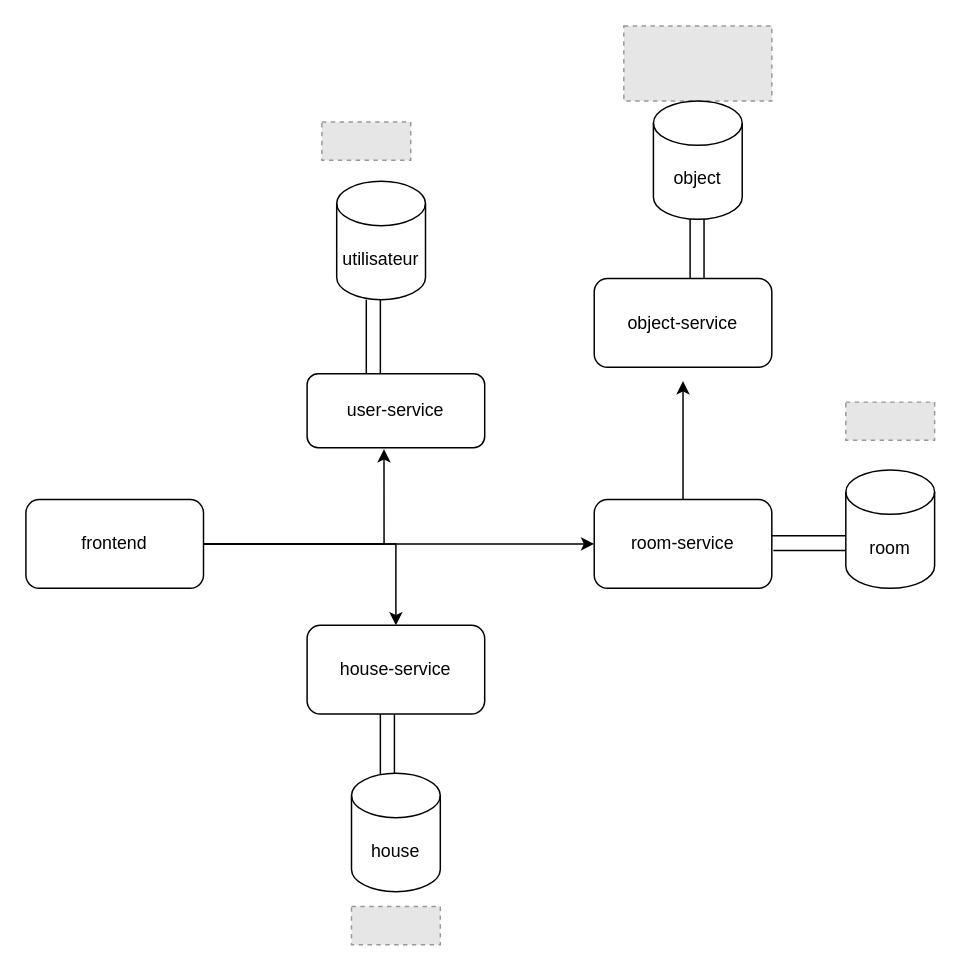
Jules-Prince/meubleHub keeps this draw.io diagram as architectureDiagrame.drawio. Above is the earlier version. Source tidied: cells renumbered, new cells numbered last; positions are measured from the earlier drawing's top-left corner, leaving out a move shared by most shapes. Both pictures are drawn from the tidied source at 148%, with x=0, y=0 at pixel (25, 25). Pictures stored in the file or linked from it are replaced by grey dashed boxes.
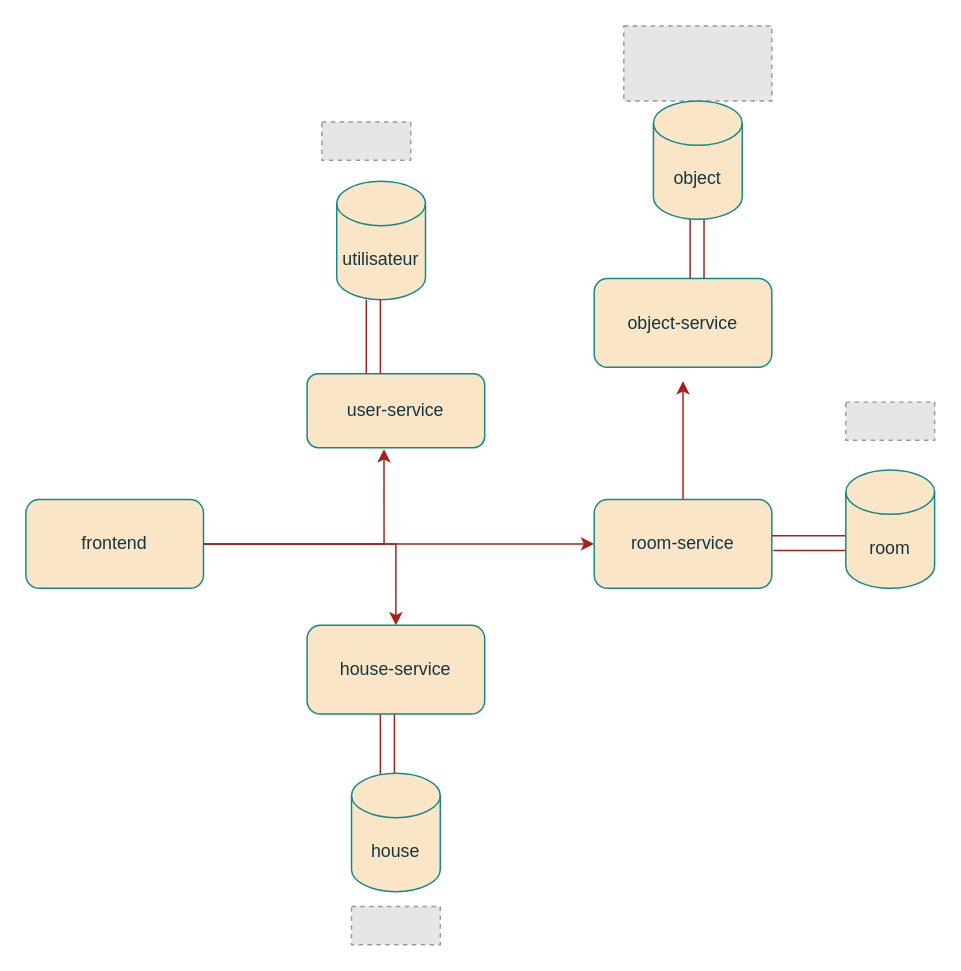
The same diagram, later.

What changed in the source:
```diff
@@
-    <mxCell id="2" style="edgeStyle=orthogonalEdgeStyle;rounded=0;jettySize=auto;html=1;exitX=1;exitY=0.5;exitDx=0;exitDy=0;entryX=0;entryY=0.5;entryDx=0;entryDy=0;" parent="1" edge="1" source="4" target="25">
+    <mxCell id="2" style="edgeStyle=orthogonalEdgeStyle;rounded=0;jettySize=auto;html=1;exitX=1;exitY=0.5;exitDx=0;exitDy=0;entryX=0;entryY=0.5;entryDx=0;entryDy=0;labelBackgroundColor=none;strokeColor=#A8201A;fontColor=default;" parent="1" edge="1" source="4" target="25">
       <mxGeometry relative="1" as="geometry" />
     </mxCell>
-    <mxCell id="3" style="edgeStyle=orthogonalEdgeStyle;rounded=0;jettySize=auto;html=1;exitX=1;exitY=0.5;exitDx=0;exitDy=0;" parent="1" edge="1" source="4" target="6">
+    <mxCell id="3" style="edgeStyle=orthogonalEdgeStyle;rounded=0;jettySize=auto;html=1;exitX=1;exitY=0.5;exitDx=0;exitDy=0;labelBackgroundColor=none;strokeColor=#A8201A;fontColor=default;" parent="1" edge="1" source="4" target="6">
       <mxGeometry relative="1" as="geometry" />
     </mxCell>
-    <mxCell id="4" value="frontend" style="rounded=1;whiteSpace=wrap;html=1;" parent="1" vertex="1">
+    <mxCell id="4" value="frontend" style="rounded=1;whiteSpace=wrap;html=1;labelBackgroundColor=none;fillColor=#FAE5C7;strokeColor=#0F8B8D;fontColor=#143642;" parent="1" vertex="1">
       <mxGeometry y="320" width="120" height="60" as="geometry" />
     </mxCell>
-    <mxCell id="5" style="group;" parent="1" vertex="1">
+    <mxCell id="5" style="group;labelBackgroundColor=none;fontColor=#143642;" parent="1" vertex="1">
       <mxGeometry x="190" y="405" width="120" height="215.8" as="geometry" />
     </mxCell>
-    <mxCell id="6" value="house-service" style="rounded=1;whiteSpace=wrap;html=1;" parent="5" vertex="1">
+    <mxCell id="6" value="house-service" style="rounded=1;whiteSpace=wrap;html=1;labelBackgroundColor=none;fillColor=#FAE5C7;strokeColor=#0F8B8D;fontColor=#143642;" parent="5" vertex="1">
       <mxGeometry width="120" height="60" as="geometry" />
     </mxCell>
-    <mxCell id="7" style="endArrow=none;html=1;rounded=0;" parent="5" edge="1">
+    <mxCell id="7" style="endArrow=none;html=1;rounded=0;labelBackgroundColor=none;strokeColor=#A8201A;fontColor=default;" parent="5" edge="1">
       <mxGeometry relative="1" as="geometry">
         <mxPoint x="49.5" y="110" as="sourcePoint" />
         <mxPoint x="49.5" y="60" as="targetPoint" />
       </mxGeometry>
     </mxCell>
-    <mxCell id="8" style="endArrow=none;html=1;rounded=0;" parent="5" edge="1">
+    <mxCell id="8" style="endArrow=none;html=1;rounded=0;labelBackgroundColor=none;strokeColor=#A8201A;fontColor=default;" parent="5" edge="1">
       <mxGeometry relative="1" as="geometry">
         <mxPoint x="59" y="110" as="sourcePoint" />
         <mxPoint x="59" y="60" as="targetPoint" />
       </mxGeometry>
     </mxCell>
-    <mxCell id="9" value="house" style="shape=cylinder3;whiteSpace=wrap;html=1;boundedLbl=1;backgroundOutline=1;size=15;" parent="5" vertex="1">
+    <mxCell id="9" value="house" style="shape=cylinder3;whiteSpace=wrap;html=1;boundedLbl=1;backgroundOutline=1;size=15;labelBackgroundColor=none;fillColor=#FAE5C7;strokeColor=#0F8B8D;fontColor=#143642;" parent="5" vertex="1">
       <mxGeometry x="30" y="100" width="60" height="80" as="geometry" />
     </mxCell>
-    <mxCell id="10" style="fillColor=#E6E6E6;strokeColor=#999999;dashed=1;verticalLabelPosition=bottom;labelBackgroundColor=default;verticalAlign=top;" parent="5" vertex="1">
+    <mxCell id="10" style="fillColor=#E6E6E6;strokeColor=#999999;dashed=1;verticalLabelPosition=bottom;labelBackgroundColor=none;verticalAlign=top;fontColor=#143642;" parent="5" vertex="1">
       <mxGeometry x="30" y="190" width="60" height="25.8" as="geometry" />
     </mxCell>
-    <mxCell id="11" style="group;" parent="1" vertex="1">
+    <mxCell id="11" style="group;labelBackgroundColor=none;fontColor=#143642;" parent="1" vertex="1">
       <mxGeometry x="190" y="65" width="120" height="220" as="geometry" />
     </mxCell>
-    <mxCell id="12" value="user-service" style="rounded=1;whiteSpace=wrap;html=1;" parent="11" vertex="1">
+    <mxCell id="12" value="user-service" style="rounded=1;whiteSpace=wrap;html=1;labelBackgroundColor=none;fillColor=#FAE5C7;strokeColor=#0F8B8D;fontColor=#143642;" parent="11" vertex="1">
       <mxGeometry y="170" width="120" height="50" as="geometry" />
     </mxCell>
-    <mxCell id="13" value="utilisateur" style="shape=cylinder3;whiteSpace=wrap;html=1;boundedLbl=1;backgroundOutline=1;size=15;" parent="11" vertex="1">
+    <mxCell id="13" value="utilisateur" style="shape=cylinder3;whiteSpace=wrap;html=1;boundedLbl=1;backgroundOutline=1;size=15;labelBackgroundColor=none;fillColor=#FAE5C7;strokeColor=#0F8B8D;fontColor=#143642;" parent="11" vertex="1">
       <mxGeometry x="20" y="40" width="60" height="80" as="geometry" />
     </mxCell>
-    <mxCell id="14" style="endArrow=none;html=1;rounded=0;" parent="11" edge="1">
+    <mxCell id="14" style="endArrow=none;html=1;rounded=0;labelBackgroundColor=none;strokeColor=#A8201A;fontColor=default;" parent="11" edge="1">
       <mxGeometry relative="1" as="geometry">
         <mxPoint x="40" y="170" as="sourcePoint" />
         <mxPoint x="40" y="120" as="targetPoint" />
       </mxGeometry>
     </mxCell>
-    <mxCell id="15" style="endArrow=none;html=1;rounded=0;" parent="11" edge="1">
+    <mxCell id="15" style="endArrow=none;html=1;rounded=0;labelBackgroundColor=none;strokeColor=#A8201A;fontColor=default;" parent="11" edge="1">
       <mxGeometry relative="1" as="geometry">
         <mxPoint x="49.5" y="170" as="sourcePoint" />
         <mxPoint x="49.5" y="120" as="targetPoint" />
       </mxGeometry>
     </mxCell>
-    <mxCell id="16" style="fillColor=#E6E6E6;strokeColor=#999999;dashed=1;verticalLabelPosition=bottom;labelBackgroundColor=default;verticalAlign=top;" parent="11" vertex="1">
+    <mxCell id="16" style="fillColor=#E6E6E6;strokeColor=#999999;dashed=1;verticalLabelPosition=bottom;labelBackgroundColor=none;verticalAlign=top;fontColor=#143642;" parent="11" vertex="1">
       <mxGeometry x="10" width="60" height="25.8" as="geometry" />
     </mxCell>
-    <mxCell id="17" style="group;" parent="1" vertex="1">
+    <mxCell id="17" style="group;labelBackgroundColor=none;fontColor=#143642;" parent="1" vertex="1">
       <mxGeometry x="384" width="120" height="230.7" as="geometry" />
     </mxCell>
-    <mxCell id="18" value="object-service" style="rounded=1;whiteSpace=wrap;html=1;" parent="17" vertex="1">
+    <mxCell id="18" value="object-service" style="rounded=1;whiteSpace=wrap;html=1;labelBackgroundColor=none;fillColor=#FAE5C7;strokeColor=#0F8B8D;fontColor=#143642;" parent="17" vertex="1">
       <mxGeometry y="170.7" width="120" height="60" as="geometry" />
     </mxCell>
-    <mxCell id="19" style="fillColor=#E6E6E6;strokeColor=#999999;dashed=1;verticalLabelPosition=bottom;labelBackgroundColor=default;verticalAlign=top;" parent="17" vertex="1">
+    <mxCell id="19" style="fillColor=#E6E6E6;strokeColor=#999999;dashed=1;verticalLabelPosition=bottom;labelBackgroundColor=none;verticalAlign=top;fontColor=#143642;" parent="17" vertex="1">
       <mxGeometry x="20" width="100" height="50.7" as="geometry" />
     </mxCell>
-    <mxCell id="20" style="endArrow=none;html=1;rounded=0;" parent="17" edge="1">
+    <mxCell id="20" style="endArrow=none;html=1;rounded=0;labelBackgroundColor=none;strokeColor=#A8201A;fontColor=default;" parent="17" edge="1">
       <mxGeometry relative="1" as="geometry">
         <mxPoint x="64.8" y="170.7" as="sourcePoint" />
         <mxPoint x="64.8" y="120.7" as="targetPoint" />
       </mxGeometry>
     </mxCell>
-    <mxCell id="21" style="endArrow=none;html=1;rounded=0;" parent="17" edge="1">
+    <mxCell id="21" style="endArrow=none;html=1;rounded=0;labelBackgroundColor=none;strokeColor=#A8201A;fontColor=default;" parent="17" edge="1">
       <mxGeometry relative="1" as="geometry">
         <mxPoint x="74.2" y="170.7" as="sourcePoint" />
         <mxPoint x="74.2" y="120.7" as="targetPoint" />
       </mxGeometry>
     </mxCell>
-    <mxCell id="22" value="object" style="shape=cylinder3;whiteSpace=wrap;html=1;boundedLbl=1;backgroundOutline=1;size=15;" parent="17" vertex="1">
+    <mxCell id="22" value="object" style="shape=cylinder3;whiteSpace=wrap;html=1;boundedLbl=1;backgroundOutline=1;size=15;labelBackgroundColor=none;fillColor=#FAE5C7;strokeColor=#0F8B8D;fontColor=#143642;" parent="17" vertex="1">
       <mxGeometry x="40" y="50.7" width="60" height="80" as="geometry" />
     </mxCell>
-    <mxCell id="23" style="group;" parent="1" vertex="1">
+    <mxCell id="23" style="group;labelBackgroundColor=none;fontColor=#143642;" parent="1" vertex="1">
       <mxGeometry x="384" y="254.2" width="230" height="125.8" as="geometry" />
     </mxCell>
-    <mxCell id="24" style="edgeStyle=orthogonalEdgeStyle;rounded=0;jettySize=auto;html=1;exitX=0.5;exitY=0;exitDx=0;exitDy=0;" parent="23" edge="1" source="25">
+    <mxCell id="24" style="edgeStyle=orthogonalEdgeStyle;rounded=0;jettySize=auto;html=1;exitX=0.5;exitY=0;exitDx=0;exitDy=0;labelBackgroundColor=none;strokeColor=#A8201A;fontColor=default;" parent="23" edge="1" source="25">
       <mxGeometry relative="1" as="geometry">
         <mxPoint x="60" y="-14.2" as="targetPoint" />
       </mxGeometry>
     </mxCell>
-    <mxCell id="25" value="room-service" style="rounded=1;whiteSpace=wrap;html=1;" parent="23" vertex="1">
+    <mxCell id="25" value="room-service" style="rounded=1;whiteSpace=wrap;html=1;labelBackgroundColor=none;fillColor=#FAE5C7;strokeColor=#0F8B8D;fontColor=#143642;" parent="23" vertex="1">
       <mxGeometry y="65.8" width="120" height="60" as="geometry" />
     </mxCell>
-    <mxCell id="26" style="endArrow=none;html=1;rounded=0;" parent="23" edge="1">
+    <mxCell id="26" style="endArrow=none;html=1;rounded=0;labelBackgroundColor=none;strokeColor=#A8201A;fontColor=default;" parent="23" edge="1">
       <mxGeometry relative="1" as="geometry">
         <mxPoint x="120" y="90.3" as="sourcePoint" />
         <mxPoint x="187" y="90.3" as="targetPoint" />
       </mxGeometry>
     </mxCell>
-    <mxCell id="27" style="endArrow=none;html=1;rounded=0;" parent="23" edge="1">
+    <mxCell id="27" style="endArrow=none;html=1;rounded=0;labelBackgroundColor=none;strokeColor=#A8201A;fontColor=default;" parent="23" edge="1">
       <mxGeometry relative="1" as="geometry">
         <mxPoint x="121" y="100.3" as="sourcePoint" />
         <mxPoint x="188" y="100.3" as="targetPoint" />
       </mxGeometry>
     </mxCell>
-    <mxCell id="28" value="room" style="shape=cylinder3;whiteSpace=wrap;html=1;boundedLbl=1;backgroundOutline=1;size=15;" parent="23" vertex="1">
+    <mxCell id="28" value="room" style="shape=cylinder3;whiteSpace=wrap;html=1;boundedLbl=1;backgroundOutline=1;size=15;labelBackgroundColor=none;fillColor=#FAE5C7;strokeColor=#0F8B8D;fontColor=#143642;" parent="23" vertex="1">
       <mxGeometry x="170" y="45.8" width="60" height="80" as="geometry" />
     </mxCell>
-    <mxCell id="29" style="fillColor=#E6E6E6;strokeColor=#999999;dashed=1;verticalLabelPosition=bottom;labelBackgroundColor=default;verticalAlign=top;" parent="23" vertex="1">
+    <mxCell id="29" style="fillColor=#E6E6E6;strokeColor=#999999;dashed=1;verticalLabelPosition=bottom;labelBackgroundColor=none;verticalAlign=top;fontColor=#143642;" parent="23" vertex="1">
       <mxGeometry x="170" width="60" height="25.8" as="geometry" />
     </mxCell>
-    <mxCell id="30" style="edgeStyle=orthogonalEdgeStyle;rounded=0;jettySize=auto;html=1;exitX=1;exitY=0.5;exitDx=0;exitDy=0;entryX=0.433;entryY=1.02;entryDx=0;entryDy=0;entryPerimeter=0;" parent="1" edge="1" source="4" target="12">
+    <mxCell id="30" style="edgeStyle=orthogonalEdgeStyle;rounded=0;jettySize=auto;html=1;exitX=1;exitY=0.5;exitDx=0;exitDy=0;entryX=0.433;entryY=1.02;entryDx=0;entryDy=0;entryPerimeter=0;labelBackgroundColor=none;strokeColor=#A8201A;fontColor=default;" parent="1" edge="1" source="4" target="12">
       <mxGeometry relative="1" as="geometry" />
     </mxCell>
```
